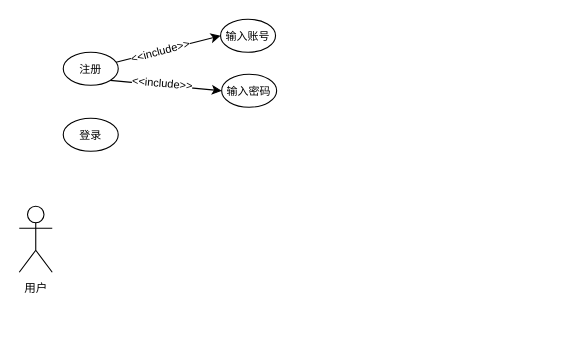
Earlier version of the draw.io diagram 未命名绘图.drawio (Chentx1243/draw.io). Source tidied: cells renumbered, new cells numbered last; positions are measured from the earlier drawing's top-left corner, leaving out a move shared by most shapes. Both pictures are drawn from the tidied source at 110%, with x=0, y=0 at pixel (19, 19).
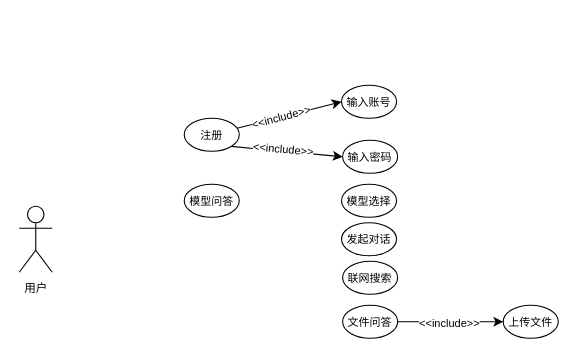
The same diagram, later.

Commit message (it also covers changes not shown here):
更新未命名绘图.drawio

Change to the diagram source:
```diff
@@
-    <mxCell id="3" value="&lt;font face=&quot;宋体&quot; style=&quot;font-size: 10px;&quot;&gt;登录&lt;/font&gt;" style="ellipse;whiteSpace=wrap;html=1;" parent="1" vertex="1">
-      <mxGeometry x="40" y="90" width="50" height="30" as="geometry" />
-    </mxCell>
+    <mxCell id="11" value="&lt;font face=&quot;宋体&quot;&gt;&lt;span style=&quot;font-size: 10px;&quot;&gt;模型问答&lt;/span&gt;&lt;/font&gt;" style="ellipse;whiteSpace=wrap;html=1;" parent="1" vertex="1">
+      <mxGeometry x="150" y="150" width="50" height="30" as="geometry" />
+    </mxCell>
+    <mxCell id="12" value="&lt;font face=&quot;宋体&quot;&gt;&lt;span style=&quot;font-size: 10px;&quot;&gt;模型选择&lt;/span&gt;&lt;/font&gt;" style="ellipse;whiteSpace=wrap;html=1;" parent="1" vertex="1">
+      <mxGeometry x="293" y="150" width="50" height="30" as="geometry" />
+    </mxCell>
+    <mxCell id="13" value="&lt;font face=&quot;宋体&quot;&gt;&lt;span style=&quot;font-size: 10px;&quot;&gt;发起对话&lt;/span&gt;&lt;/font&gt;" style="ellipse;whiteSpace=wrap;html=1;" parent="1" vertex="1">
+      <mxGeometry x="293" y="185" width="50" height="30" as="geometry" />
+    </mxCell>
+    <mxCell id="14" value="&lt;font face=&quot;宋体&quot;&gt;&lt;span style=&quot;font-size: 10px;&quot;&gt;联网搜索&lt;/span&gt;&lt;/font&gt;" style="ellipse;whiteSpace=wrap;html=1;" parent="1" vertex="1">
+      <mxGeometry x="294" y="220" width="50" height="30" as="geometry" />
+    </mxCell>
+    <mxCell id="15" style="edgeStyle=orthogonalEdgeStyle;rounded=0;jettySize=auto;html=1;" parent="1" edge="1" source="17" target="18">
+      <mxGeometry relative="1" as="geometry" />
+    </mxCell>
+    <mxCell id="16" value="&lt;span style=&quot;font-family: 宋体; font-size: 10px;&quot;&gt;&amp;lt;&amp;lt;include&amp;gt;&amp;gt;&lt;/span&gt;" style="edgeLabel;html=1;align=center;verticalAlign=middle;" parent="15" vertex="1">
+      <mxGeometry x="-0.26" relative="1" as="geometry">
+        <mxPoint x="10" as="offset" />
+      </mxGeometry>
+    </mxCell>
+    <mxCell id="17" value="&lt;font face=&quot;宋体&quot;&gt;&lt;span style=&quot;font-size: 10px;&quot;&gt;文件问答&lt;/span&gt;&lt;/font&gt;" style="ellipse;whiteSpace=wrap;html=1;" parent="1" vertex="1">
+      <mxGeometry x="294" y="260" width="50" height="30" as="geometry" />
+    </mxCell>
+    <mxCell id="18" value="&lt;font face=&quot;宋体&quot;&gt;&lt;span style=&quot;font-size: 10px;&quot;&gt;上传文件&lt;/span&gt;&lt;/font&gt;" style="ellipse;whiteSpace=wrap;html=1;" parent="1" vertex="1">
+      <mxGeometry x="440" y="260" width="50" height="30" as="geometry" />
+    </mxCell>
+    <mxCell id="19" style="group;" parent="1" vertex="1">
+      <mxGeometry x="150" y="60" width="194" height="80" as="geometry" />
+    </mxCell>
-    <mxCell id="4" style="rounded=0;jettySize=auto;html=1;entryX=0;entryY=0.5;entryDx=0;entryDy=0;" parent="1" edge="1" source="8" target="9">
+    <mxCell id="4" style="rounded=0;jettySize=auto;html=1;entryX=0;entryY=0.5;entryDx=0;entryDy=0;" parent="19" edge="1" source="8" target="9">
       <mxGeometry relative="1" as="geometry" />
     </mxCell>
@@
-    <mxCell id="6" style="rounded=0;jettySize=auto;html=1;exitX=1;exitY=1;exitDx=0;exitDy=0;entryX=0;entryY=0.5;entryDx=0;entryDy=0;" parent="1" edge="1" source="8" target="10">
+    <mxCell id="6" style="rounded=0;jettySize=auto;html=1;exitX=1;exitY=1;exitDx=0;exitDy=0;entryX=0;entryY=0.5;entryDx=0;entryDy=0;" parent="19" edge="1" source="8" target="10">
       <mxGeometry relative="1" as="geometry" />
     </mxCell>
@@
-    <mxCell id="8" value="&lt;font face=&quot;宋体&quot;&gt;&lt;span style=&quot;font-size: 10px;&quot;&gt;注册&lt;/span&gt;&lt;/font&gt;" style="ellipse;whiteSpace=wrap;html=1;" parent="1" vertex="1">
-      <mxGeometry x="40" y="30" width="50" height="30" as="geometry" />
+    <mxCell id="8" value="&lt;font face=&quot;宋体&quot;&gt;&lt;span style=&quot;font-size: 10px;&quot;&gt;注册&lt;/span&gt;&lt;/font&gt;" style="ellipse;whiteSpace=wrap;html=1;" parent="19" vertex="1">
+      <mxGeometry y="30" width="50" height="30" as="geometry" />
     </mxCell>
-    <mxCell id="9" value="&lt;font face=&quot;宋体&quot;&gt;&lt;span style=&quot;font-size: 10px;&quot;&gt;输入账号&lt;/span&gt;&lt;/font&gt;" style="ellipse;whiteSpace=wrap;html=1;" parent="1" vertex="1">
-      <mxGeometry x="183" width="50" height="30" as="geometry" />
+    <mxCell id="9" value="&lt;font face=&quot;宋体&quot;&gt;&lt;span style=&quot;font-size: 10px;&quot;&gt;输入账号&lt;/span&gt;&lt;/font&gt;" style="ellipse;whiteSpace=wrap;html=1;" parent="19" vertex="1">
+      <mxGeometry x="143" width="50" height="30" as="geometry" />
     </mxCell>
-    <mxCell id="10" value="&lt;font face=&quot;宋体&quot; style=&quot;font-size: 10px;&quot;&gt;输入密码&lt;/font&gt;" style="ellipse;whiteSpace=wrap;html=1;" parent="1" vertex="1">
-      <mxGeometry x="184" y="50" width="50" height="30" as="geometry" />
+    <mxCell id="10" value="&lt;font face=&quot;宋体&quot; style=&quot;font-size: 10px;&quot;&gt;输入密码&lt;/font&gt;" style="ellipse;whiteSpace=wrap;html=1;" parent="19" vertex="1">
+      <mxGeometry x="144" y="50" width="50" height="30" as="geometry" />
     </mxCell>
```
